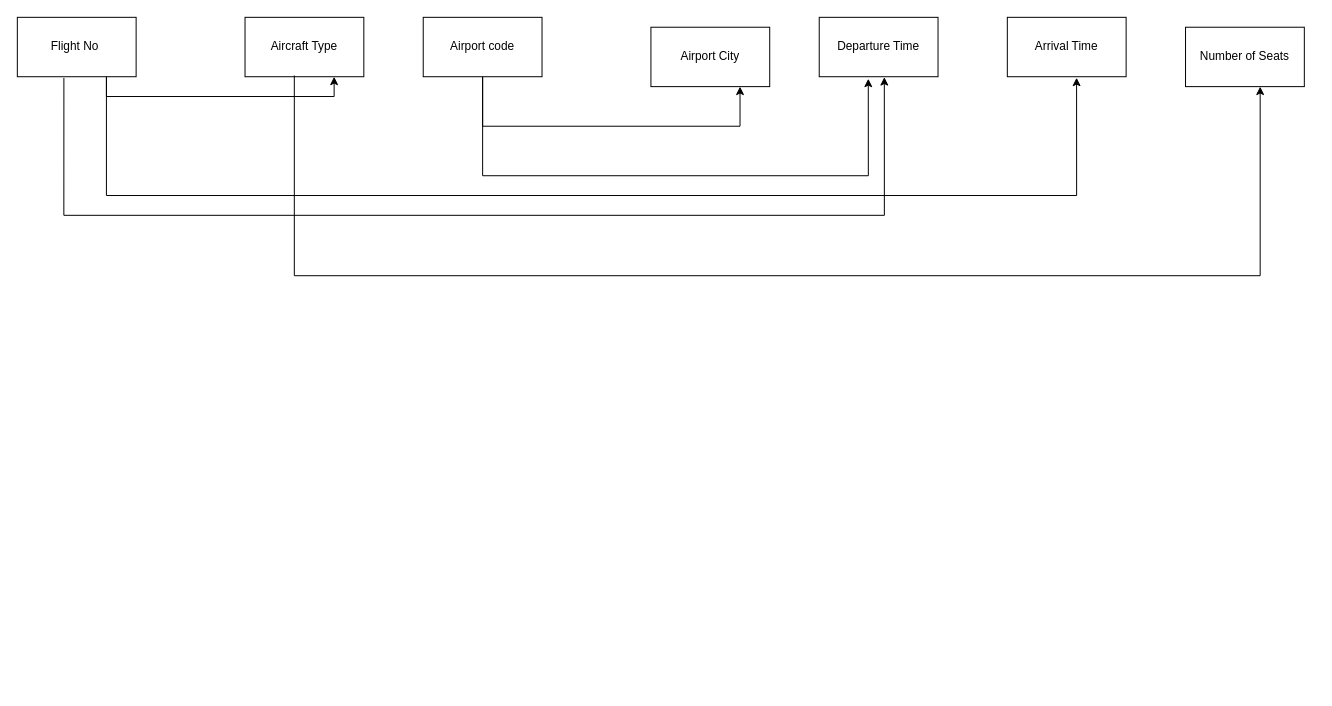
Above: Untitled Diagram.drawio in hanscakrawangsa15/Hans-Project (draw.io), before the change. Source tidied: cells renumbered, new cells numbered last; positions are measured from the earlier drawing's top-left corner, leaving out a move shared by most shapes. Both pictures are drawn from the tidied source at 99%, with x=0, y=0 at pixel (17, 17).
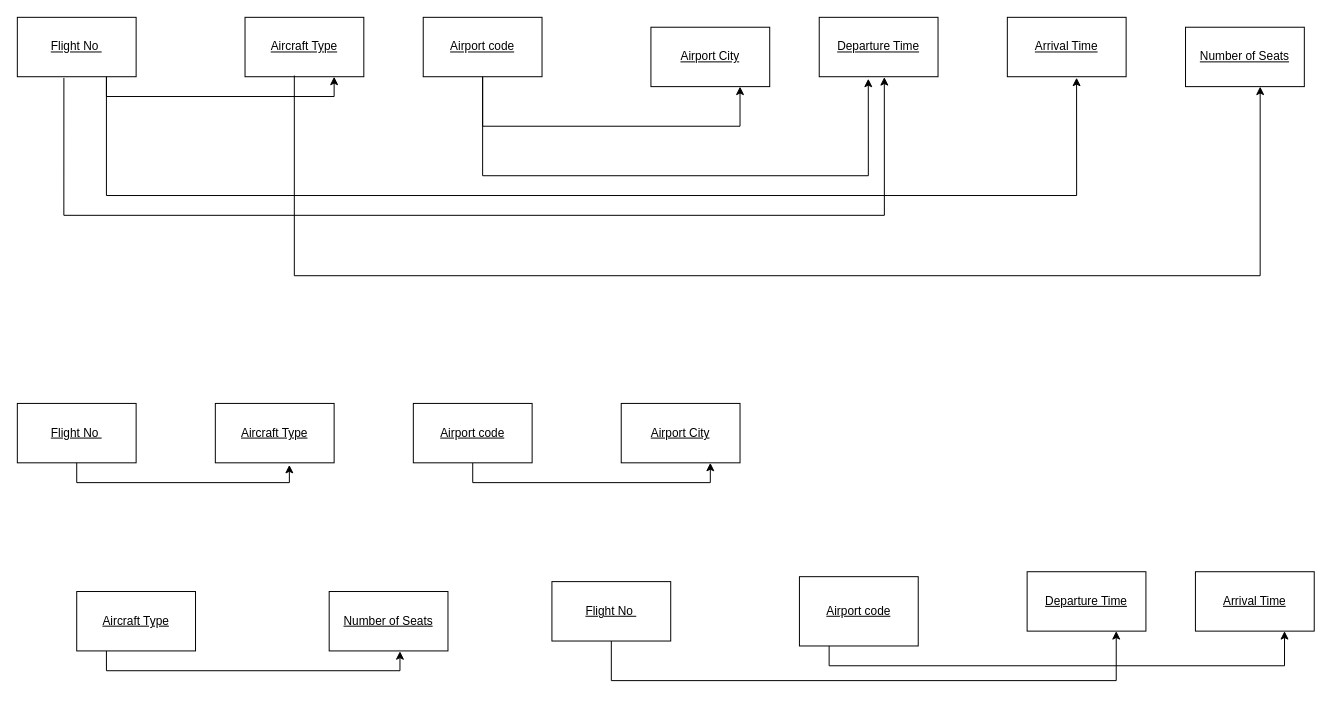
The same page after the edit.

Commit message:
data norm

Diff of the diagram source:
```diff
@@
-    <mxCell id="4" value="Flight No&amp;nbsp;" style="rounded=0;whiteSpace=wrap;html=1;" parent="1" vertex="1">
+    <mxCell id="4" value="&lt;u&gt;Flight No&amp;nbsp;&lt;/u&gt;" style="rounded=0;whiteSpace=wrap;html=1;" parent="1" vertex="1">
       <mxGeometry width="120" height="60" as="geometry" />
     </mxCell>
-    <mxCell id="5" value="Aircraft Type" style="rounded=0;whiteSpace=wrap;html=1;" parent="1" vertex="1">
+    <mxCell id="5" value="&lt;u&gt;Aircraft Type&lt;/u&gt;" style="rounded=0;whiteSpace=wrap;html=1;" parent="1" vertex="1">
       <mxGeometry x="230" width="120" height="60" as="geometry" />
     </mxCell>
@@
-    <mxCell id="7" value="Airport code" style="rounded=0;whiteSpace=wrap;html=1;" parent="1" vertex="1">
+    <mxCell id="7" value="&lt;u&gt;Airport code&lt;/u&gt;" style="rounded=0;whiteSpace=wrap;html=1;" parent="1" vertex="1">
       <mxGeometry x="410" width="120" height="60" as="geometry" />
     </mxCell>
-    <mxCell id="8" value="Airport City" style="rounded=0;whiteSpace=wrap;html=1;" parent="1" vertex="1">
+    <mxCell id="8" value="&lt;u&gt;Airport City&lt;/u&gt;" style="rounded=0;whiteSpace=wrap;html=1;" parent="1" vertex="1">
       <mxGeometry x="640" y="10" width="120" height="60" as="geometry" />
     </mxCell>
-    <mxCell id="9" value="Departure Time" style="rounded=0;whiteSpace=wrap;html=1;" parent="1" vertex="1">
+    <mxCell id="9" value="&lt;u&gt;Departure Time&lt;/u&gt;" style="rounded=0;whiteSpace=wrap;html=1;" parent="1" vertex="1">
       <mxGeometry x="810" width="120" height="60" as="geometry" />
     </mxCell>
-    <mxCell id="10" value="Arrival Time" style="rounded=0;whiteSpace=wrap;html=1;" parent="1" vertex="1">
+    <mxCell id="10" value="&lt;u&gt;Arrival Time&lt;/u&gt;" style="rounded=0;whiteSpace=wrap;html=1;" parent="1" vertex="1">
       <mxGeometry x="1000" width="120" height="60" as="geometry" />
     </mxCell>
-    <mxCell id="11" value="Number of Seats" style="rounded=0;whiteSpace=wrap;html=1;" parent="1" vertex="1">
+    <mxCell id="11" value="&lt;u&gt;Number of Seats&lt;/u&gt;" style="rounded=0;whiteSpace=wrap;html=1;" parent="1" vertex="1">
       <mxGeometry x="1180" y="10" width="120" height="60" as="geometry" />
     </mxCell>
@@
+    <mxCell id="15" value="&lt;u&gt;Flight No&amp;nbsp;&lt;/u&gt;" style="rounded=0;whiteSpace=wrap;html=1;" parent="1" vertex="1">
+      <mxGeometry y="390" width="120" height="60" as="geometry" />
+    </mxCell>
+    <mxCell id="16" value="&lt;u&gt;Aircraft Type&lt;/u&gt;" style="rounded=0;whiteSpace=wrap;html=1;" parent="1" vertex="1">
+      <mxGeometry x="200" y="390" width="120" height="60" as="geometry" />
+    </mxCell>
+    <mxCell id="17" style="edgeStyle=orthogonalEdgeStyle;rounded=0;jettySize=auto;html=1;exitX=0.5;exitY=1;exitDx=0;exitDy=0;entryX=0.75;entryY=1;entryDx=0;entryDy=0;" parent="1" edge="1" source="18" target="19">
+      <mxGeometry relative="1" as="geometry" />
+    </mxCell>
+    <mxCell id="18" value="&lt;u&gt;Airport code&lt;/u&gt;" style="rounded=0;whiteSpace=wrap;html=1;" parent="1" vertex="1">
+      <mxGeometry x="400" y="390" width="120" height="60" as="geometry" />
+    </mxCell>
+    <mxCell id="19" value="&lt;u&gt;Airport City&lt;/u&gt;" style="rounded=0;whiteSpace=wrap;html=1;" parent="1" vertex="1">
+      <mxGeometry x="610" y="390" width="120" height="60" as="geometry" />
+    </mxCell>
+    <mxCell id="20" value="&lt;u&gt;Departure Time&lt;/u&gt;" style="rounded=0;whiteSpace=wrap;html=1;" parent="1" vertex="1">
+      <mxGeometry x="1020" y="560" width="120" height="60" as="geometry" />
+    </mxCell>
+    <mxCell id="21" value="&lt;u&gt;Number of Seats&lt;/u&gt;" style="rounded=0;whiteSpace=wrap;html=1;" parent="1" vertex="1">
+      <mxGeometry x="315" y="580" width="120" height="60" as="geometry" />
+    </mxCell>
+    <mxCell id="22" style="edgeStyle=orthogonalEdgeStyle;rounded=0;jettySize=auto;html=1;exitX=0.5;exitY=1;exitDx=0;exitDy=0;entryX=0.623;entryY=1.035;entryDx=0;entryDy=0;entryPerimeter=0;" parent="1" edge="1" source="15" target="16">
+      <mxGeometry relative="1" as="geometry">
+        <Array as="points">
+          <mxPoint x="60" y="470" />
+          <mxPoint x="275" y="470" />
+        </Array>
+      </mxGeometry>
+    </mxCell>
+    <mxCell id="23" style="edgeStyle=orthogonalEdgeStyle;rounded=0;jettySize=auto;html=1;exitX=0.25;exitY=1;exitDx=0;exitDy=0;entryX=0.596;entryY=1.006;entryDx=0;entryDy=0;entryPerimeter=0;" parent="1" edge="1" source="24" target="21">
+      <mxGeometry relative="1" as="geometry" />
+    </mxCell>
+    <mxCell id="24" value="&lt;u&gt;Aircraft Type&lt;/u&gt;" style="rounded=0;whiteSpace=wrap;html=1;" parent="1" vertex="1">
+      <mxGeometry x="60" y="580" width="120" height="60" as="geometry" />
+    </mxCell>
+    <mxCell id="25" value="&lt;u&gt;Arrival Time&lt;/u&gt;" style="rounded=0;whiteSpace=wrap;html=1;" parent="1" vertex="1">
+      <mxGeometry x="1190" y="560" width="120" height="60" as="geometry" />
+    </mxCell>
+    <mxCell id="26" style="edgeStyle=orthogonalEdgeStyle;rounded=0;jettySize=auto;html=1;exitX=0.5;exitY=1;exitDx=0;exitDy=0;entryX=0.75;entryY=1;entryDx=0;entryDy=0;" parent="1" edge="1" source="27" target="20">
+      <mxGeometry relative="1" as="geometry">
+        <Array as="points">
+          <mxPoint x="600" y="670" />
+          <mxPoint x="1110" y="670" />
+        </Array>
+      </mxGeometry>
+    </mxCell>
+    <mxCell id="27" value="&lt;u&gt;Flight No&amp;nbsp;&lt;/u&gt;" style="rounded=0;whiteSpace=wrap;html=1;" parent="1" vertex="1">
+      <mxGeometry x="540" y="570" width="120" height="60" as="geometry" />
+    </mxCell>
+    <mxCell id="28" style="edgeStyle=orthogonalEdgeStyle;rounded=0;jettySize=auto;html=1;exitX=0.25;exitY=1;exitDx=0;exitDy=0;entryX=0.75;entryY=1;entryDx=0;entryDy=0;" parent="1" edge="1" source="29" target="25">
+      <mxGeometry relative="1" as="geometry" />
+    </mxCell>
+    <mxCell id="29" value="&lt;u&gt;Airport code&lt;/u&gt;" style="rounded=0;whiteSpace=wrap;html=1;" parent="1" vertex="1">
+      <mxGeometry x="790" y="565" width="120" height="70" as="geometry" />
+    </mxCell>
```
